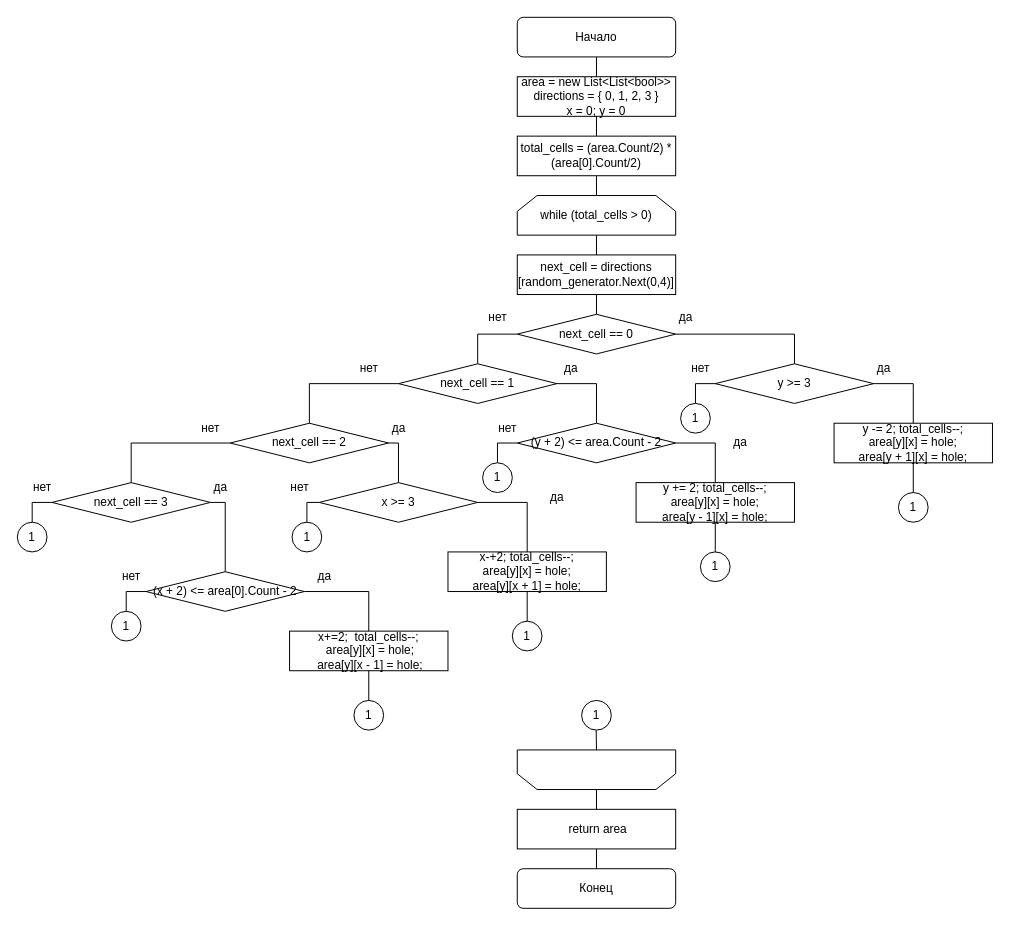
This is page "Страница — 3" (3 of 3) of diagram/Диаграмма без названия.drawio from RinaLeem/labyrinth, a draw.io file, before an edit. Source tidied: cells renumbered, new cells numbered last; positions are measured from the earlier drawing's top-left corner, leaving out a move shared by most shapes. Both pictures are drawn from the tidied source at 99%, with x=0, y=0 at pixel (17, 17).
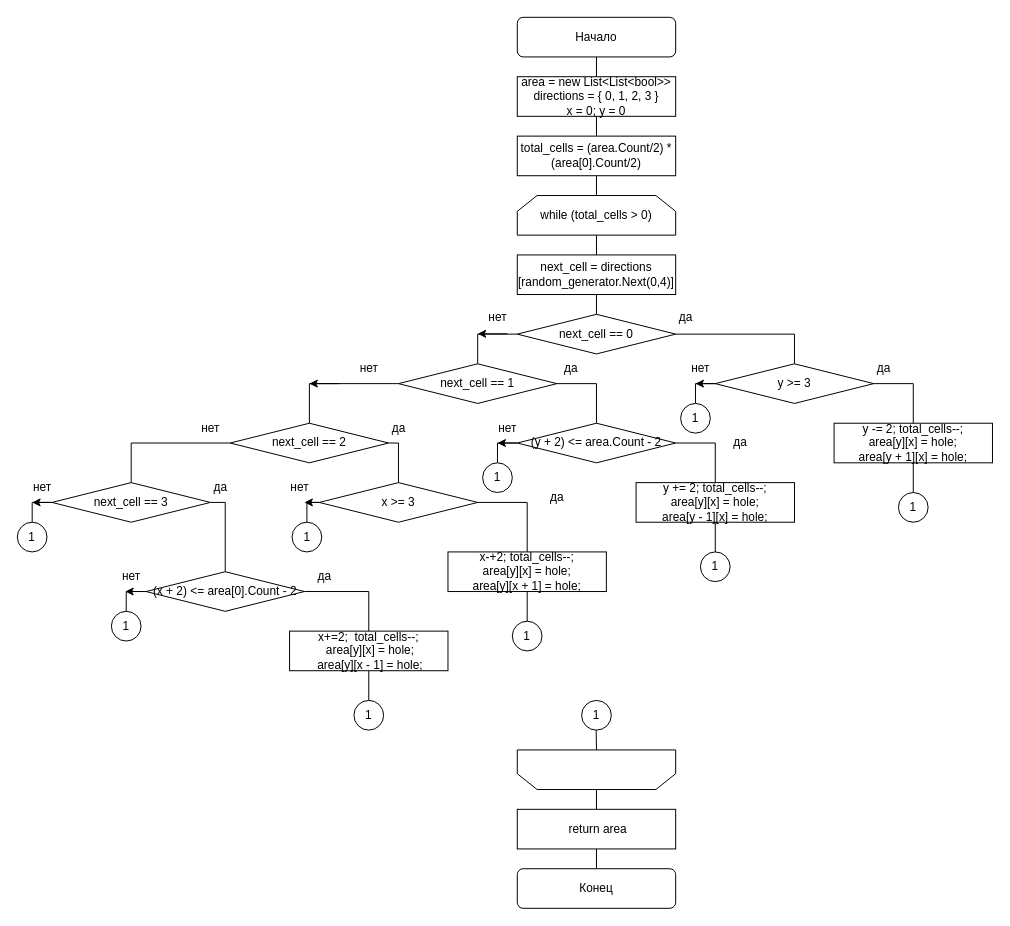
The same diagram, later.

Diff of the diagram source:
```diff
@@
+    <mxCell id="71" style="endArrow=classic;html=1;rounded=0;" parent="1" edge="1">
+      <mxGeometry relative="1" as="geometry">
+        <mxPoint x="325" y="370" as="sourcePoint" />
+        <mxPoint x="295" y="370" as="targetPoint" />
+      </mxGeometry>
+    </mxCell>
+    <mxCell id="72" style="endArrow=classic;html=1;rounded=0;" parent="1" edge="1">
+      <mxGeometry relative="1" as="geometry">
+        <mxPoint x="495" y="319.7" as="sourcePoint" />
+        <mxPoint x="465" y="319.7" as="targetPoint" />
+      </mxGeometry>
+    </mxCell>
+    <mxCell id="73" style="endArrow=classic;html=1;rounded=0;" parent="1" edge="1">
+      <mxGeometry relative="1" as="geometry">
+        <mxPoint x="505" y="430" as="sourcePoint" />
+        <mxPoint x="485" y="430" as="targetPoint" />
+      </mxGeometry>
+    </mxCell>
+    <mxCell id="74" style="endArrow=classic;html=1;rounded=0;" parent="1" edge="1">
+      <mxGeometry relative="1" as="geometry">
+        <mxPoint x="305" y="490" as="sourcePoint" />
+        <mxPoint x="290" y="490" as="targetPoint" />
+      </mxGeometry>
+    </mxCell>
+    <mxCell id="75" style="endArrow=classic;html=1;rounded=0;" parent="1" edge="1">
+      <mxGeometry relative="1" as="geometry">
+        <mxPoint x="35" y="490" as="sourcePoint" />
+        <mxPoint x="15" y="490" as="targetPoint" />
+      </mxGeometry>
+    </mxCell>
+    <mxCell id="76" style="endArrow=classic;html=1;rounded=0;" parent="1" edge="1">
+      <mxGeometry relative="1" as="geometry">
+        <mxPoint x="125" y="580" as="sourcePoint" />
+        <mxPoint x="109" y="580" as="targetPoint" />
+      </mxGeometry>
+    </mxCell>
+    <mxCell id="77" style="endArrow=classic;html=1;rounded=0;" parent="1" edge="1">
+      <mxGeometry relative="1" as="geometry">
+        <mxPoint x="705" y="370" as="sourcePoint" />
+        <mxPoint x="685" y="370" as="targetPoint" />
+      </mxGeometry>
+    </mxCell>
```
